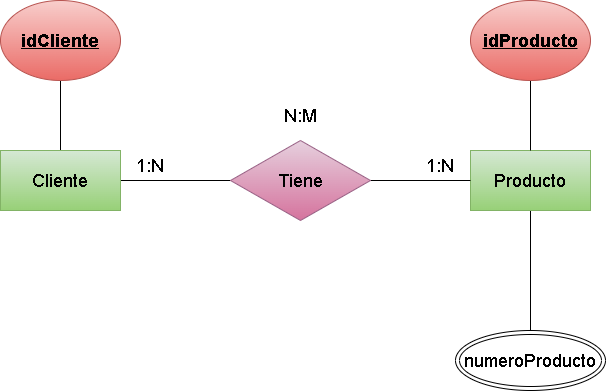
This is (Unidad-2) (Tarea-3)/img/Ejercicio23.drawio.png from Darkoscurito/Base-de-datos, a draw.io export, as it was before one commit. Source tidied: cells renumbered, new cells last; positions are measured from the earlier drawing's top-left corner, leaving out a move shared by most shapes. Its diagram source:
```xml
<mxGraphModel>
  <root>
    <mxCell id="0" />
    <mxCell id="1" parent="0" />
    <mxCell id="2" style="edgeStyle=none;html=1;entryX=0;entryY=0.5;entryDx=0;entryDy=0;endArrow=none;endFill=0;" parent="1" edge="1" source="4" target="8">
      <mxGeometry relative="1" as="geometry" />
    </mxCell>
    <mxCell id="3" style="edgeStyle=none;html=1;entryX=0.5;entryY=1;entryDx=0;entryDy=0;endArrow=none;endFill=0;" parent="1" edge="1" source="4" target="12">
      <mxGeometry relative="1" as="geometry" />
    </mxCell>
    <mxCell id="4" value="&lt;font style=&quot;font-size: 18px;&quot;&gt;Cliente&lt;/font&gt;" style="rounded=0;whiteSpace=wrap;html=1;fillColor=#d5e8d4;gradientColor=#97d077;strokeColor=#82b366;" parent="1" vertex="1">
      <mxGeometry y="150" width="120" height="60" as="geometry" />
    </mxCell>
    <mxCell id="5" style="edgeStyle=none;html=1;entryX=0.5;entryY=0;entryDx=0;entryDy=0;fontSize=18;endArrow=none;endFill=0;" parent="1" edge="1" source="6" target="15">
      <mxGeometry relative="1" as="geometry" />
    </mxCell>
    <mxCell id="6" value="&lt;font style=&quot;font-size: 18px;&quot;&gt;Producto&lt;/font&gt;" style="rounded=0;whiteSpace=wrap;html=1;fillColor=#d5e8d4;gradientColor=#97d077;strokeColor=#82b366;" parent="1" vertex="1">
      <mxGeometry x="470" y="150" width="120" height="60" as="geometry" />
    </mxCell>
    <mxCell id="7" style="edgeStyle=none;html=1;endArrow=none;endFill=0;" parent="1" edge="1" source="8" target="6">
      <mxGeometry relative="1" as="geometry" />
    </mxCell>
    <mxCell id="8" value="&lt;span style=&quot;font-size: 18px;&quot;&gt;Tiene&lt;/span&gt;" style="rhombus;whiteSpace=wrap;html=1;fillColor=#e6d0de;gradientColor=#d5739d;strokeColor=#996185;" parent="1" vertex="1">
      <mxGeometry x="230" y="140" width="140" height="80" as="geometry" />
    </mxCell>
    <mxCell id="9" value="1:N" style="text;html=1;strokeColor=none;fillColor=none;align=center;verticalAlign=middle;whiteSpace=wrap;rounded=0;fontSize=18;" parent="1" vertex="1">
      <mxGeometry x="120" y="150" width="60" height="30" as="geometry" />
    </mxCell>
    <mxCell id="10" value="1:N" style="text;html=1;strokeColor=none;fillColor=none;align=center;verticalAlign=middle;whiteSpace=wrap;rounded=0;fontSize=18;" parent="1" vertex="1">
      <mxGeometry x="410" y="150" width="60" height="30" as="geometry" />
    </mxCell>
    <mxCell id="11" value="N:M" style="text;html=1;strokeColor=none;fillColor=none;align=center;verticalAlign=middle;whiteSpace=wrap;rounded=0;fontSize=18;" parent="1" vertex="1">
      <mxGeometry x="270" y="100" width="60" height="30" as="geometry" />
    </mxCell>
    <mxCell id="12" value="&lt;font style=&quot;font-size: 18px;&quot;&gt;&lt;b&gt;&lt;u&gt;idCliente&lt;/u&gt;&lt;/b&gt;&lt;/font&gt;" style="ellipse;whiteSpace=wrap;html=1;fillColor=#f8cecc;gradientColor=#ea6b66;strokeColor=#b85450;" parent="1" vertex="1">
      <mxGeometry width="120" height="80" as="geometry" />
    </mxCell>
    <mxCell id="13" style="edgeStyle=none;html=1;entryX=0.5;entryY=0;entryDx=0;entryDy=0;endArrow=none;endFill=0;" parent="1" edge="1" source="14" target="6">
      <mxGeometry relative="1" as="geometry" />
    </mxCell>
    <mxCell id="14" value="&lt;font style=&quot;font-size: 18px;&quot;&gt;&lt;b&gt;&lt;u&gt;idProducto&lt;/u&gt;&lt;/b&gt;&lt;/font&gt;" style="ellipse;whiteSpace=wrap;html=1;fillColor=#f8cecc;gradientColor=#ea6b66;strokeColor=#b85450;" parent="1" vertex="1">
      <mxGeometry x="470" width="120" height="80" as="geometry" />
    </mxCell>
    <mxCell id="15" value="&lt;font style=&quot;font-size: 18px;&quot;&gt;numeroProducto&lt;/font&gt;" style="ellipse;shape=doubleEllipse;whiteSpace=wrap;html=1;" parent="1" vertex="1">
      <mxGeometry x="455" y="330" width="150" height="60" as="geometry" />
    </mxCell>
  </root>
</mxGraphModel>
```
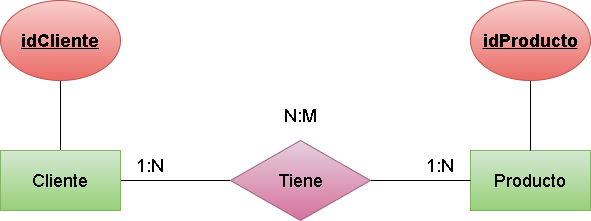
Later version of the same file.

The edit, as a diff of the source:
```diff
@@ -11,9 +11,6 @@
     <mxCell id="4" value="&lt;font style=&quot;font-size: 18px;&quot;&gt;Cliente&lt;/font&gt;" style="rounded=0;whiteSpace=wrap;html=1;fillColor=#d5e8d4;gradientColor=#97d077;strokeColor=#82b366;" parent="1" vertex="1">
       <mxGeometry y="150" width="120" height="60" as="geometry" />
     </mxCell>
-    <mxCell id="5" style="edgeStyle=none;html=1;entryX=0.5;entryY=0;entryDx=0;entryDy=0;fontSize=18;endArrow=none;endFill=0;" parent="1" edge="1" source="6" target="15">
-      <mxGeometry relative="1" as="geometry" />
-    </mxCell>
     <mxCell id="6" value="&lt;font style=&quot;font-size: 18px;&quot;&gt;Producto&lt;/font&gt;" style="rounded=0;whiteSpace=wrap;html=1;fillColor=#d5e8d4;gradientColor=#97d077;strokeColor=#82b366;" parent="1" vertex="1">
       <mxGeometry x="470" y="150" width="120" height="60" as="geometry" />
     </mxCell>
@@ -41,8 +38,5 @@
     <mxCell id="14" value="&lt;font style=&quot;font-size: 18px;&quot;&gt;&lt;b&gt;&lt;u&gt;idProducto&lt;/u&gt;&lt;/b&gt;&lt;/font&gt;" style="ellipse;whiteSpace=wrap;html=1;fillColor=#f8cecc;gradientColor=#ea6b66;strokeColor=#b85450;" parent="1" vertex="1">
       <mxGeometry x="470" width="120" height="80" as="geometry" />
     </mxCell>
-    <mxCell id="15" value="&lt;font style=&quot;font-size: 18px;&quot;&gt;numeroProducto&lt;/font&gt;" style="ellipse;shape=doubleEllipse;whiteSpace=wrap;html=1;" parent="1" vertex="1">
-      <mxGeometry x="455" y="330" width="150" height="60" as="geometry" />
-    </mxCell>
   </root>
 </mxGraphModel>
```
